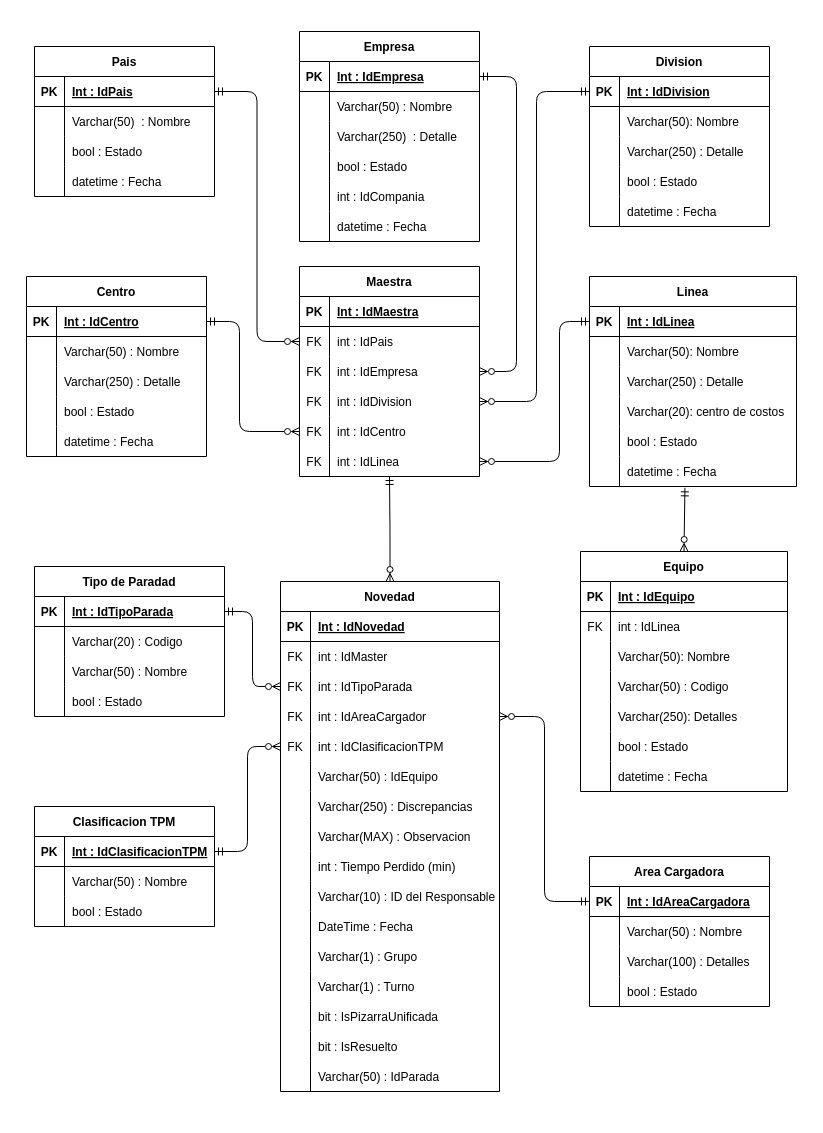
Before: EntidadRelacion.Drawio in NEODevs-T/LibroNovedades, a draw.io diagram. Source tidied: cells renumbered, new cells numbered last; positions are measured from the earlier drawing's top-left corner, leaving out a move shared by most shapes. Both pictures are drawn from the tidied source at 100%, with x=0, y=0 at pixel (26, 31).
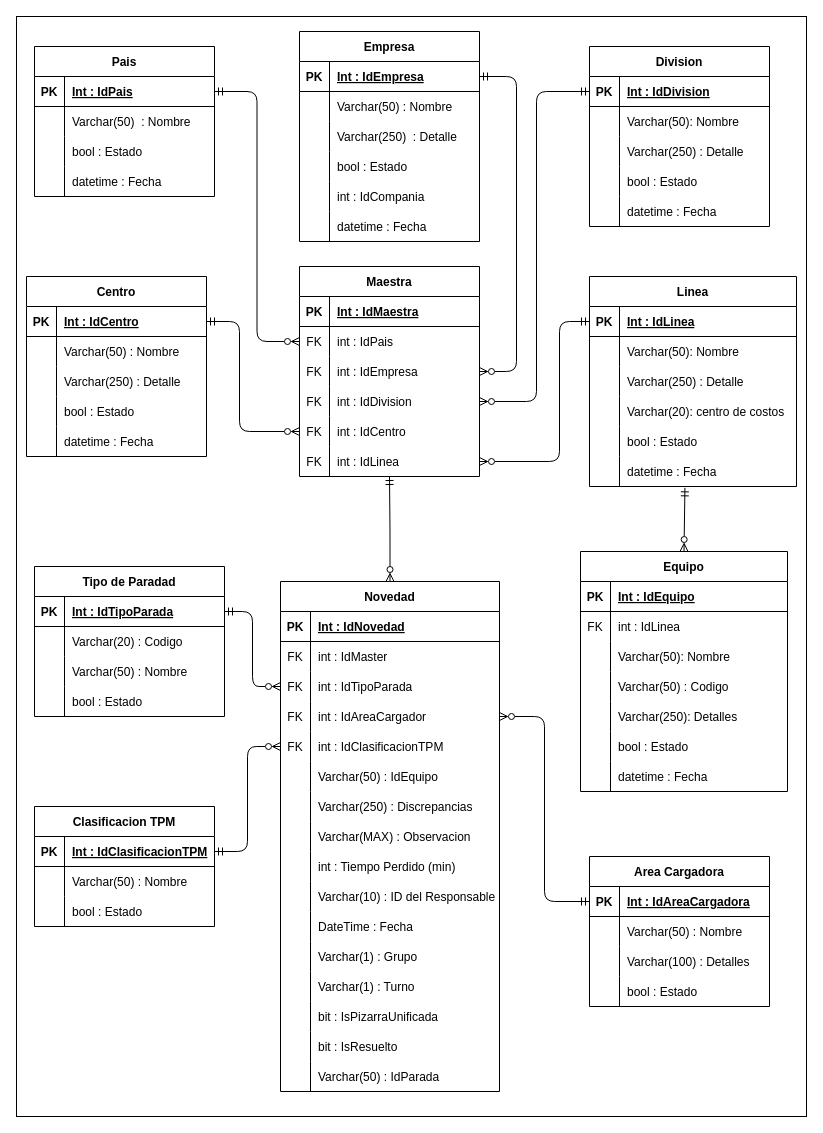
The same page after the edit.

Commit message (it also covers changes not shown here):
Ajustes del diagrama de Entidad-Relacion

The edit, as a diff of the source:
```diff
@@
+    <mxCell id="223" style="rounded=0;whiteSpace=wrap;html=1;" parent="1" vertex="1">
+      <mxGeometry x="-10" y="-15" width="790" height="1100" as="geometry" />
+    </mxCell>
```
